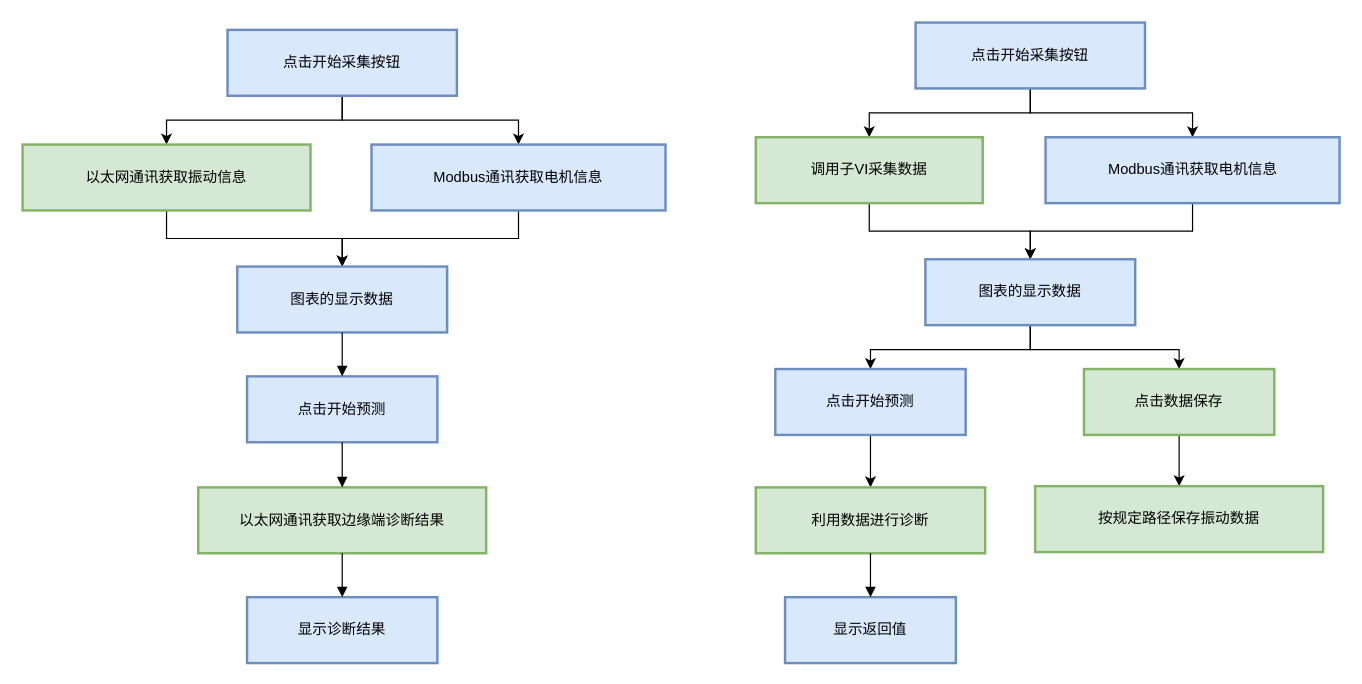
This is 上位机设计.drawio from Learneraf/Development-of-intelligent-mechanical-fault-diagnosis-system-based-on-edge-computing, a draw.io file, before an edit. Source tidied: cells renumbered, new cells numbered last; positions are measured from the earlier drawing's top-left corner, leaving out a move shared by most shapes. Both pictures are drawn from the tidied source at 122%, with x=0, y=0 at pixel (22, 22).
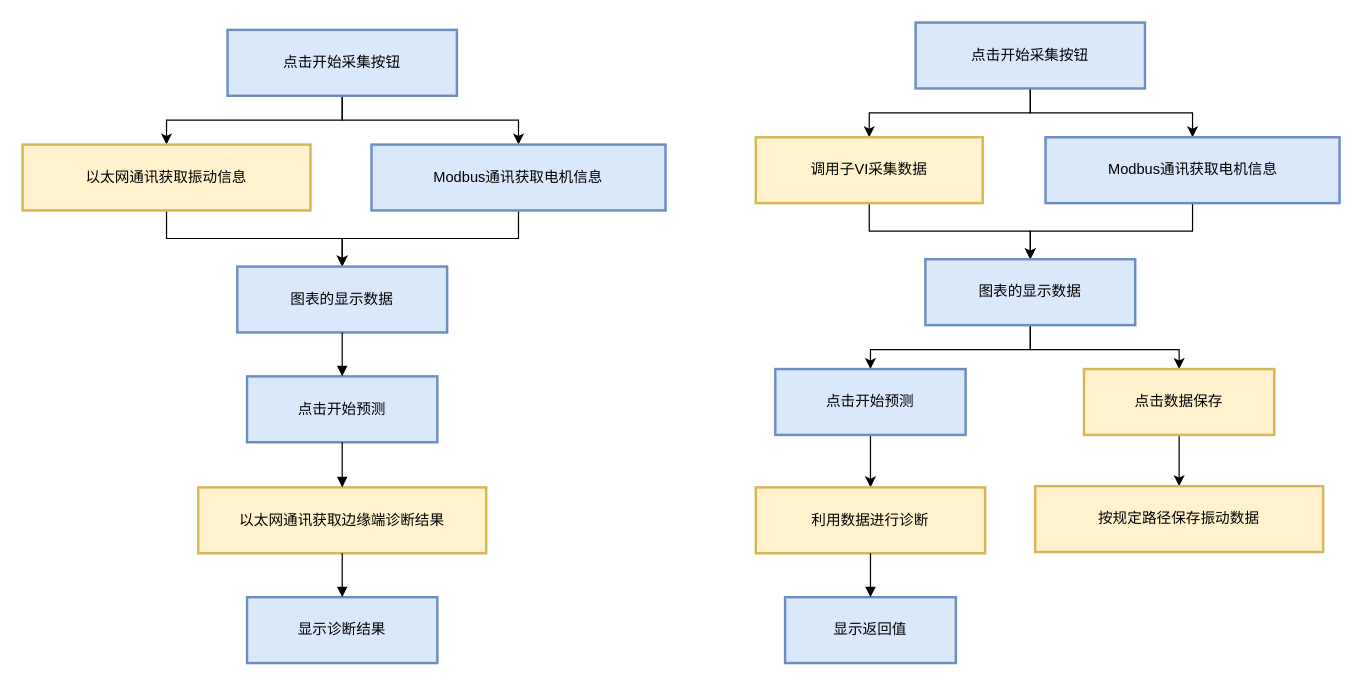
The same page after the edit.

Commit message (it also covers changes not shown here):
更新上位机设计.drawio

Change to the diagram source:
```diff
@@
-    <mxCell id="6" value="以太网通讯获取振动信息" style="whiteSpace=wrap;strokeWidth=2;fillColor=#d5e8d4;strokeColor=#82b366;" parent="1" vertex="1">
+    <mxCell id="6" value="以太网通讯获取振动信息" style="whiteSpace=wrap;strokeWidth=2;fillColor=#fff2cc;strokeColor=#d6b656;" parent="1" vertex="1">
       <mxGeometry y="100" width="236" height="54" as="geometry" />
     </mxCell>
@@
-    <mxCell id="11" value="以太网通讯获取边缘端诊断结果" style="whiteSpace=wrap;strokeWidth=2;fillColor=#d5e8d4;strokeColor=#82b366;" parent="1" vertex="1">
+    <mxCell id="11" value="以太网通讯获取边缘端诊断结果" style="whiteSpace=wrap;strokeWidth=2;fillColor=#fff2cc;strokeColor=#d6b656;" parent="1" vertex="1">
       <mxGeometry x="144" y="381" width="236" height="54" as="geometry" />
     </mxCell>
@@
-    <mxCell id="20" value="调用子VI采集数据" style="whiteSpace=wrap;strokeWidth=2;fillColor=#d5e8d4;strokeColor=#82b366;" parent="1" vertex="1">
+    <mxCell id="20" value="调用子VI采集数据" style="whiteSpace=wrap;strokeWidth=2;fillColor=#fff2cc;strokeColor=#d6b656;" parent="1" vertex="1">
       <mxGeometry x="601" y="94" width="186" height="54" as="geometry" />
     </mxCell>
@@
-    <mxCell id="29" value="点击数据保存" style="whiteSpace=wrap;strokeWidth=2;fillColor=#d5e8d4;strokeColor=#82b366;" parent="1" vertex="1">
+    <mxCell id="29" value="点击数据保存" style="whiteSpace=wrap;strokeWidth=2;fillColor=#fff2cc;strokeColor=#d6b656;" parent="1" vertex="1">
       <mxGeometry x="870" y="284" width="156" height="54" as="geometry" />
     </mxCell>
-    <mxCell id="30" value="利用数据进行诊断" style="whiteSpace=wrap;strokeWidth=2;fillColor=#d5e8d4;strokeColor=#82b366;" parent="1" vertex="1">
+    <mxCell id="30" value="利用数据进行诊断" style="whiteSpace=wrap;strokeWidth=2;fillColor=#fff2cc;strokeColor=#d6b656;" parent="1" vertex="1">
       <mxGeometry x="601" y="381" width="188" height="54" as="geometry" />
     </mxCell>
@@
-    <mxCell id="32" value="按规定路径保存振动数据" style="whiteSpace=wrap;strokeWidth=2;fillColor=#d5e8d4;strokeColor=#82b366;" parent="1" vertex="1">
+    <mxCell id="32" value="按规定路径保存振动数据" style="whiteSpace=wrap;strokeWidth=2;fillColor=#fff2cc;strokeColor=#d6b656;" parent="1" vertex="1">
       <mxGeometry x="830" y="380" width="236" height="54" as="geometry" />
     </mxCell>
```
